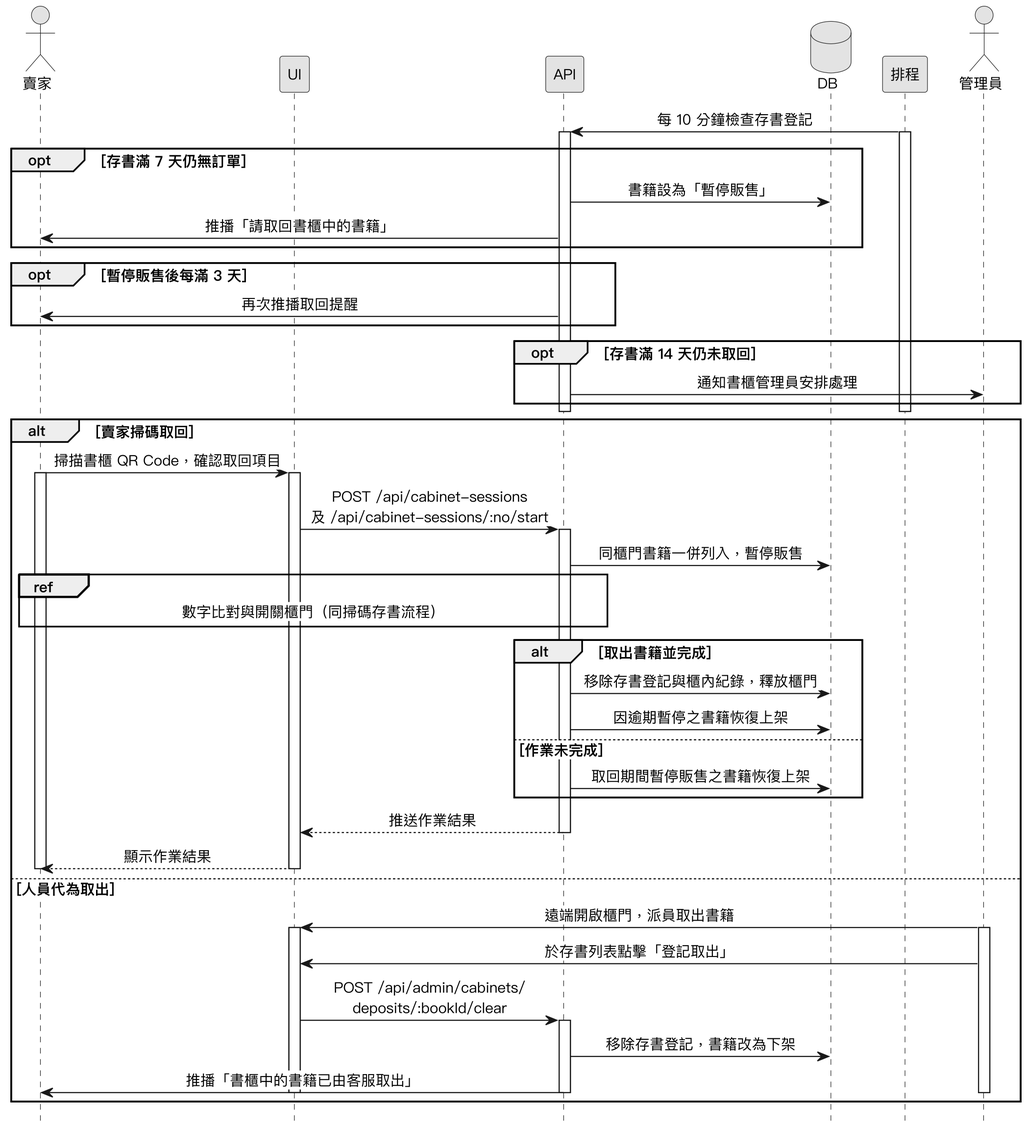
The PlantUML diagram Diagrams/Sequence Diagrams/v3/seq_deposit_retrieval.png in SaveMyBook/SaveMyBook, before a commit.
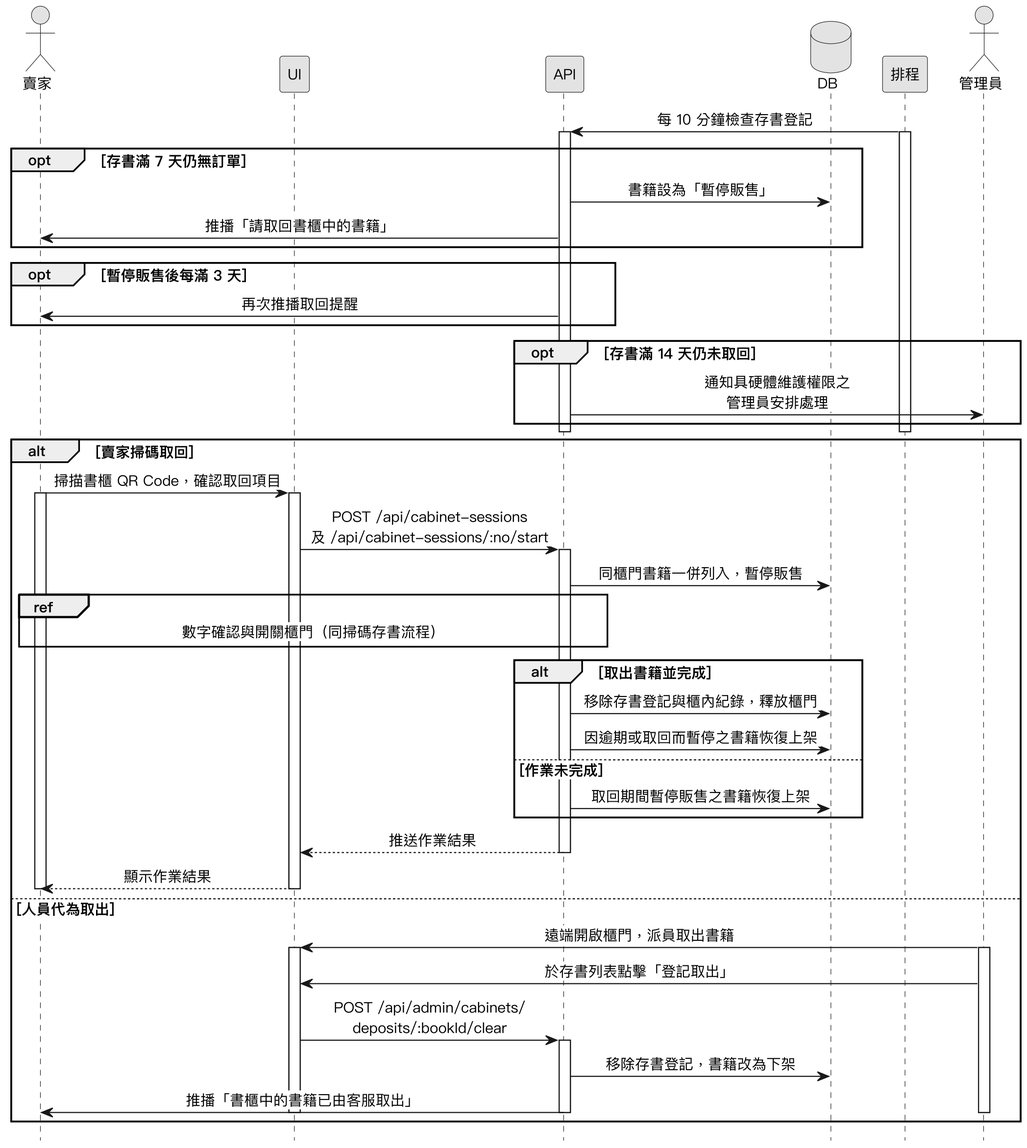
The same diagram one commit later.

Diff of the diagram source:
```diff
@@ -26,7 +26,7 @@
   API -> 賣家 : 再次推播取回提醒
 end
 opt 存書滿 14 天仍未取回
-  API -> 管理員 : 通知書櫃管理員安排處理
+  API -> 管理員 : 通知具硬體維護權限之\n管理員安排處理
 end
 deactivate API
 deactivate 排程
@@ -38,10 +38,10 @@
   UI -> API : POST /api/cabinet-sessions\n及 /api/cabinet-sessions/:no/start
   activate API
   API -> DB : 同櫃門書籍一併列入，暫停販售
-  ref over 賣家, UI, API : 數字比對與開關櫃門（同掃碼存書流程）
+  ref over 賣家, UI, API : 數字確認與開關櫃門（同掃碼存書流程）
   alt 取出書籍並完成
     API -> DB : 移除存書登記與櫃內紀錄，釋放櫃門
-    API -> DB : 因逾期暫停之書籍恢復上架
+    API -> DB : 因逾期或取回而暫停之書籍恢復上架
   else 作業未完成
     API -> DB : 取回期間暫停販售之書籍恢復上架
   end
```
